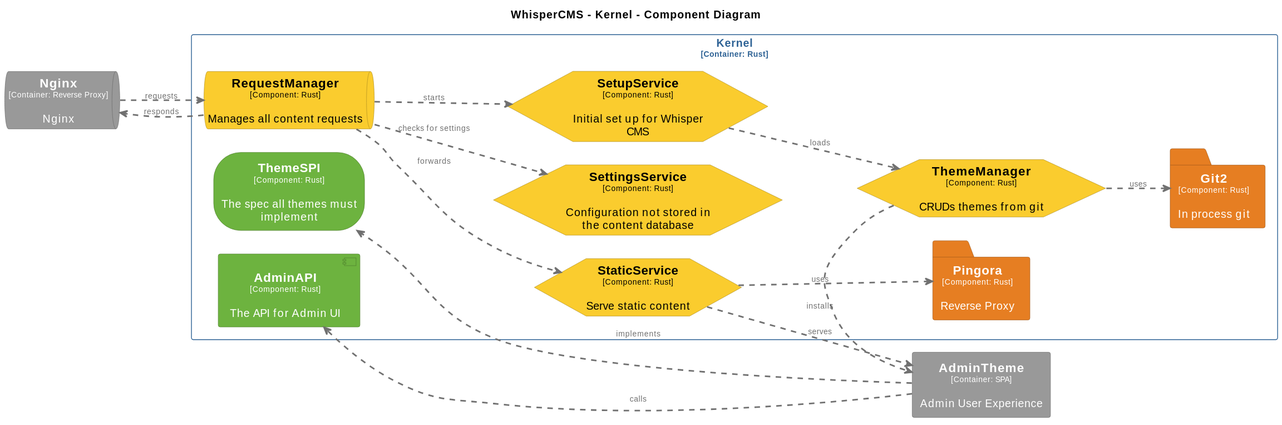
Before: docs/diagrams/structurizr-WhisperCMS-Component-Kernel.svg, a diagram exported from PlantUML (CoderByBlood/whisper-cms).
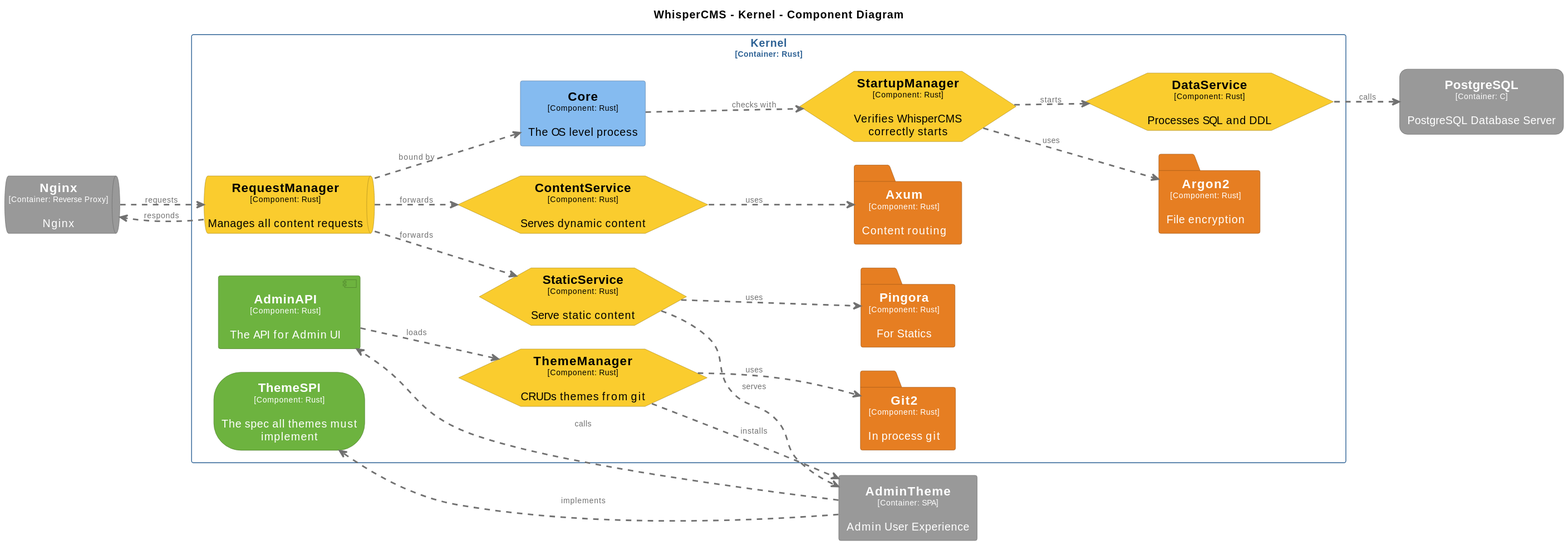
Above is the later version.

The edit, as a diff of the source:
```diff
@@ -27,6 +27,36 @@
   BorderColor #6b6b6b
   shadowing false
 }
+skinparam folder<<WhisperCMS.Kernel.Argon2>> {
+  BackgroundColor #e67e22
+  FontColor #ffffff
+  BorderColor #a15817
+  shadowing false
+}
+skinparam folder<<WhisperCMS.Kernel.Axum>> {
+  BackgroundColor #e67e22
+  FontColor #ffffff
+  BorderColor #a15817
+  shadowing false
+}
+skinparam hexagon<<WhisperCMS.Kernel.ContentService>> {
+  BackgroundColor #facc2e
+  FontColor #000000
+  BorderColor #af8e20
+  shadowing false
+}
+skinparam rectangle<<WhisperCMS.Kernel.Core>> {
+  BackgroundColor #85bbf0
+  FontColor #000000
+  BorderColor #5d82a8
+  shadowing false
+}
+skinparam hexagon<<WhisperCMS.Kernel.DataService>> {
+  BackgroundColor #facc2e
+  FontColor #000000
+  BorderColor #af8e20
+  shadowing false
+}
 skinparam folder<<WhisperCMS.Kernel.Git2>> {
   BackgroundColor #e67e22
   FontColor #ffffff
@@ -45,19 +75,20 @@
   BorderColor #a15817
   shadowing false
 }
+skinparam rectangle<<WhisperCMS.PostgreSQL>> {
+  BackgroundColor #999999
+  FontColor #ffffff
+  BorderColor #6b6b6b
+  roundCorner 20
+  shadowing false
+}
 skinparam queue<<WhisperCMS.Kernel.RequestManager>> {
   BackgroundColor #facc2e
   FontColor #000000
   BorderColor #af8e20
   shadowing false
 }
-skinparam hexagon<<WhisperCMS.Kernel.SettingsService>> {
-  BackgroundColor #facc2e
-  FontColor #000000
-  BorderColor #af8e20
-  shadowing false
-}
-skinparam hexagon<<WhisperCMS.Kernel.SetupService>> {
+skinparam hexagon<<WhisperCMS.Kernel.StartupManager>> {
   BackgroundColor #facc2e
   FontColor #000000
   BorderColor #af8e20
@@ -89,29 +120,39 @@
 
 rectangle "==AdminTheme\n<size:10>[Container: SPA]</size>\n\nAdmin User Experience" <<WhisperCMS.AdminTheme>> as WhisperCMS.AdminTheme
 queue "==Nginx\n<size:10>[Container: Reverse Proxy]</size>\n\nNginx" <<WhisperCMS.Nginx>> as WhisperCMS.Nginx
+rectangle "==PostgreSQL\n<size:10>[Container: C]</size>\n\nPostgreSQL Database Server" <<WhisperCMS.PostgreSQL>> as WhisperCMS.PostgreSQL
 
 rectangle "Kernel\n<size:10>[Container: Rust]</size>" <<WhisperCMS.Kernel>> {
+  hexagon "==StartupManager\n<size:10>[Component: Rust]</size>\n\nVerifies WhisperCMS correctly starts" <<WhisperCMS.Kernel.StartupManager>> as WhisperCMS.Kernel.StartupManager
+  queue "==RequestManager\n<size:10>[Component: Rust]</size>\n\nManages all content requests" <<WhisperCMS.Kernel.RequestManager>> as WhisperCMS.Kernel.RequestManager
   hexagon "==ThemeManager\n<size:10>[Component: Rust]</size>\n\nCRUDs themes from git" <<WhisperCMS.Kernel.ThemeManager>> as WhisperCMS.Kernel.ThemeManager
-  folder "==Pingora\n<size:10>[Component: Rust]</size>\n\nReverse Proxy" <<WhisperCMS.Kernel.Pingora>> as WhisperCMS.Kernel.Pingora
+  folder "==Pingora\n<size:10>[Component: Rust]</size>\n\nFor Statics" <<WhisperCMS.Kernel.Pingora>> as WhisperCMS.Kernel.Pingora
   folder "==Git2\n<size:10>[Component: Rust]</size>\n\nIn process git" <<WhisperCMS.Kernel.Git2>> as WhisperCMS.Kernel.Git2
+  folder "==Axum\n<size:10>[Component: Rust]</size>\n\nContent routing" <<WhisperCMS.Kernel.Axum>> as WhisperCMS.Kernel.Axum
+  folder "==Argon2\n<size:10>[Component: Rust]</size>\n\nFile encryption" <<WhisperCMS.Kernel.Argon2>> as WhisperCMS.Kernel.Argon2
+  rectangle "==Core\n<size:10>[Component: Rust]</size>\n\nThe OS level process" <<WhisperCMS.Kernel.Core>> as WhisperCMS.Kernel.Core
   storage "==ThemeSPI\n<size:10>[Component: Rust]</size>\n\nThe spec all themes must implement" <<WhisperCMS.Kernel.ThemeSPI>> as WhisperCMS.Kernel.ThemeSPI
   component "==AdminAPI\n<size:10>[Component: Rust]</size>\n\nThe API for Admin UI" <<WhisperCMS.Kernel.AdminAPI>> as WhisperCMS.Kernel.AdminAPI
   hexagon "==StaticService\n<size:10>[Component: Rust]</size>\n\nServe static content" <<WhisperCMS.Kernel.StaticService>> as WhisperCMS.Kernel.StaticService
-  hexagon "==SettingsService\n<size:10>[Component: Rust]</size>\n\nConfiguration not stored in the content database" <<WhisperCMS.Kernel.SettingsService>> as WhisperCMS.Kernel.SettingsService
-  hexagon "==SetupService\n<size:10>[Component: Rust]</size>\n\nInitial set up for Whisper CMS" <<WhisperCMS.Kernel.SetupService>> as WhisperCMS.Kernel.SetupService
-  queue "==RequestManager\n<size:10>[Component: Rust]</size>\n\nManages all content requests" <<WhisperCMS.Kernel.RequestManager>> as WhisperCMS.Kernel.RequestManager
+  hexagon "==ContentService\n<size:10>[Component: Rust]</size>\n\nServes dynamic content" <<WhisperCMS.Kernel.ContentService>> as WhisperCMS.Kernel.ContentService
+  hexagon "==DataService\n<size:10>[Component: Rust]</size>\n\nProcesses SQL and DDL" <<WhisperCMS.Kernel.DataService>> as WhisperCMS.Kernel.DataService
 }
 
-WhisperCMS.Kernel.SetupService .[#707070,thickness=2].> WhisperCMS.Kernel.ThemeManager : "<color:#707070>loads"
-WhisperCMS.Kernel.RequestManager .[#707070,thickness=2].> WhisperCMS.Kernel.SettingsService : "<color:#707070>checks for settings"
-WhisperCMS.Kernel.RequestManager .[#707070,thickness=2].> WhisperCMS.Kernel.SetupService : "<color:#707070>starts"
+WhisperCMS.Kernel.Core .[#707070,thickness=2].> WhisperCMS.Kernel.StartupManager : "<color:#707070>checks with"
+WhisperCMS.Kernel.StartupManager .[#707070,thickness=2].> WhisperCMS.Kernel.DataService : "<color:#707070>starts"
+WhisperCMS.Kernel.StartupManager .[#707070,thickness=2].> WhisperCMS.Kernel.Argon2 : "<color:#707070>uses"
+WhisperCMS.Kernel.AdminAPI .[#707070,thickness=2].> WhisperCMS.Kernel.ThemeManager : "<color:#707070>loads"
 WhisperCMS.Kernel.RequestManager .[#707070,thickness=2].> WhisperCMS.Kernel.StaticService : "<color:#707070>forwards"
+WhisperCMS.Kernel.RequestManager .[#707070,thickness=2].> WhisperCMS.Kernel.ContentService : "<color:#707070>forwards"
+WhisperCMS.Kernel.RequestManager .[#707070,thickness=2].> WhisperCMS.Kernel.Core : "<color:#707070>bound by"
 WhisperCMS.Kernel.StaticService .[#707070,thickness=2].> WhisperCMS.Kernel.Pingora : "<color:#707070>uses"
 WhisperCMS.Kernel.ThemeManager .[#707070,thickness=2].> WhisperCMS.Kernel.Git2 : "<color:#707070>uses"
+WhisperCMS.Kernel.ContentService .[#707070,thickness=2].> WhisperCMS.Kernel.Axum : "<color:#707070>uses"
 WhisperCMS.AdminTheme .[#707070,thickness=2].> WhisperCMS.Kernel.ThemeSPI : "<color:#707070>implements"
 WhisperCMS.AdminTheme .[#707070,thickness=2].> WhisperCMS.Kernel.AdminAPI : "<color:#707070>calls"
 WhisperCMS.Kernel.StaticService .[#707070,thickness=2].> WhisperCMS.AdminTheme : "<color:#707070>serves"
 WhisperCMS.Kernel.ThemeManager .[#707070,thickness=2].> WhisperCMS.AdminTheme : "<color:#707070>installs"
 WhisperCMS.Nginx .[#707070,thickness=2].> WhisperCMS.Kernel.RequestManager : "<color:#707070>requests"
 WhisperCMS.Kernel.RequestManager .[#707070,thickness=2].> WhisperCMS.Nginx : "<color:#707070>responds"
+WhisperCMS.Kernel.DataService .[#707070,thickness=2].> WhisperCMS.PostgreSQL : "<color:#707070>calls"
 @enduml
```
